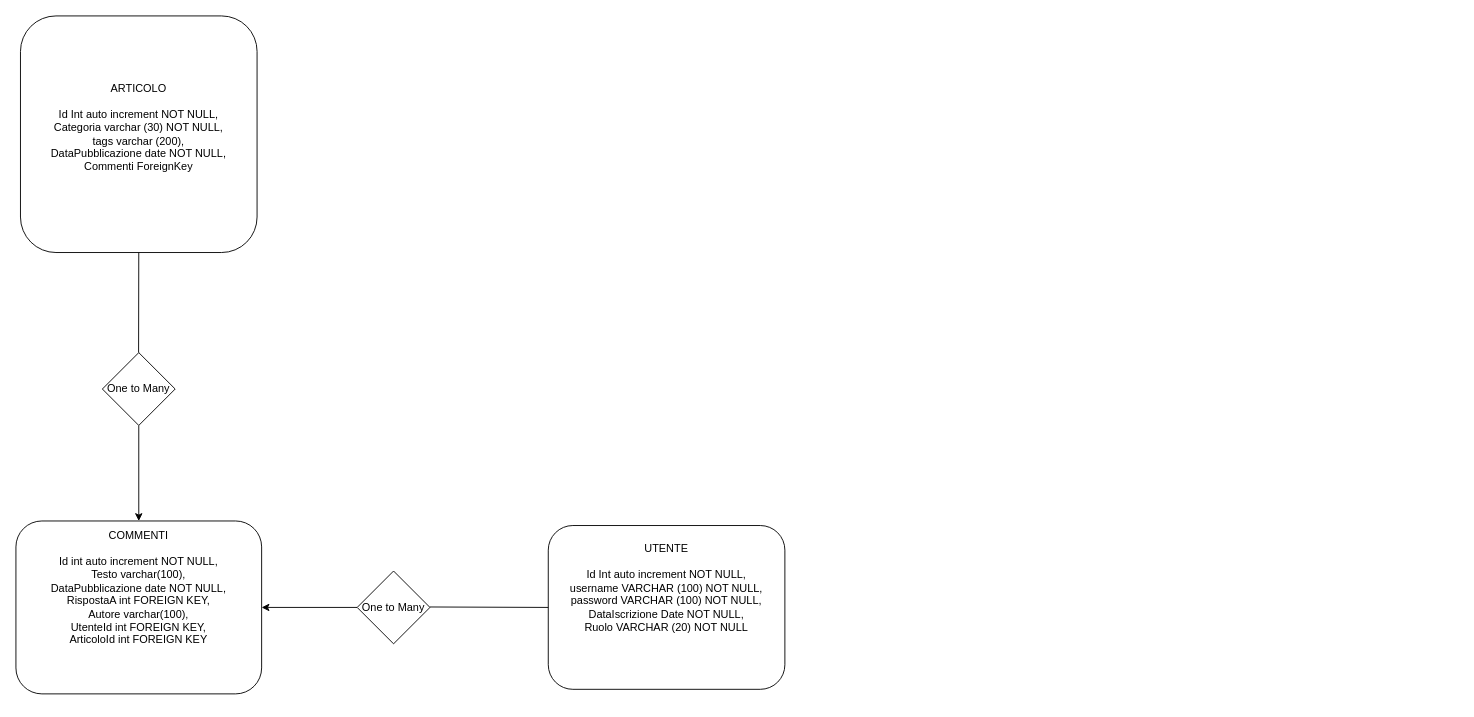
Above: BlazorBlog/diagram.drawio in rcasaleiem/BlazorBlog (draw.io), before the change. Source tidied: cells renumbered, new cells numbered last; positions are measured from the earlier drawing's top-left corner, leaving out a move shared by most shapes. Both pictures are drawn from the tidied source at 91%, with x=0, y=0 at pixel (15, 15).
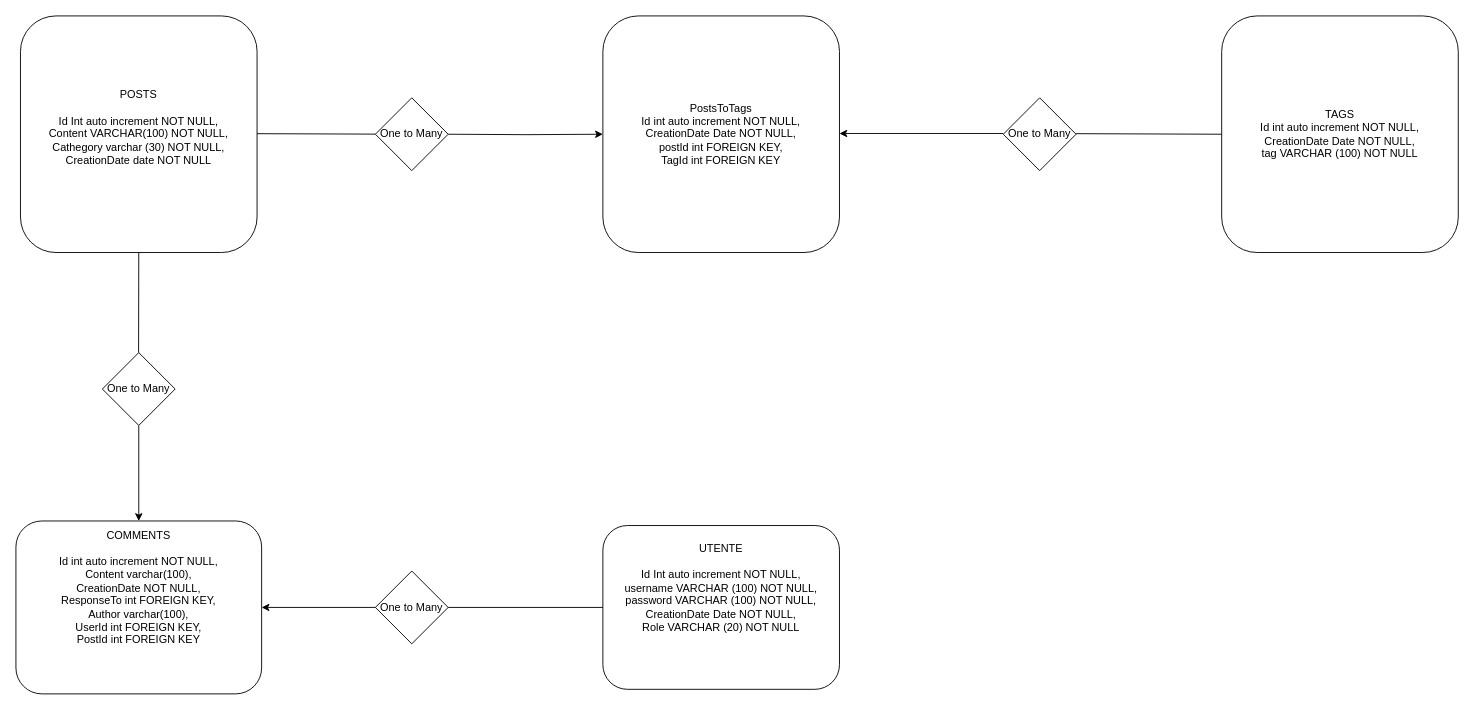
The same page after the edit.

Change to the diagram source:
```diff
@@
-    <mxCell id="2" value="ARTICOLO&lt;div&gt;&lt;br&gt;&lt;/div&gt;&lt;div&gt;Id Int auto increment NOT NULL,&lt;/div&gt;&lt;div&gt;Categoria varchar (30) NOT NULL,&lt;/div&gt;&lt;div&gt;tags varchar (200),&lt;/div&gt;&lt;div&gt;DataPubblicazione date NOT NULL,&lt;/div&gt;&lt;div&gt;Commenti ForeignKey&lt;/div&gt;&lt;div&gt;&lt;br&gt;&lt;/div&gt;" style="rounded=1;whiteSpace=wrap;html=1;" parent="1" vertex="1">
+    <mxCell id="2" value="POSTS&lt;div&gt;&lt;br&gt;&lt;/div&gt;&lt;div&gt;Id Int auto increment NOT NULL,&lt;/div&gt;&lt;div&gt;Content VARCHAR(100) NOT NULL,&lt;/div&gt;&lt;div&gt;Cathegory varchar (30) NOT NULL,&lt;/div&gt;&lt;div&gt;&lt;span style=&quot;background-color: transparent; color: light-dark(rgb(0, 0, 0), rgb(255, 255, 255));&quot;&gt;CreationDate&amp;nbsp;&lt;/span&gt;date NOT NULL&lt;/div&gt;&lt;div&gt;&lt;br&gt;&lt;/div&gt;" style="rounded=1;whiteSpace=wrap;html=1;" parent="1" vertex="1">
       <mxGeometry x="5" width="260" height="260" as="geometry" />
     </mxCell>
@@
-    <mxCell id="5" value="&lt;div&gt;&lt;br&gt;&lt;/div&gt;COMMENTI&lt;div&gt;&lt;br&gt;&lt;/div&gt;&lt;div&gt;Id int auto increment NOT NULL,&lt;/div&gt;&lt;div&gt;Testo varchar(100),&lt;/div&gt;&lt;div&gt;DataPubblicazione date NOT NULL,&lt;/div&gt;&lt;div&gt;RispostaA int FOREIGN KEY,&lt;/div&gt;&lt;div&gt;Autore varchar(100),&lt;/div&gt;&lt;div&gt;UtenteId int FOREIGN KEY,&lt;/div&gt;&lt;div&gt;ArticoloId int FOREIGN KEY&lt;/div&gt;&lt;div&gt;&lt;br&gt;&lt;/div&gt;&lt;div&gt;&lt;br&gt;&lt;/div&gt;&lt;div&gt;&lt;br&gt;&lt;/div&gt;&lt;div&gt;&amp;nbsp;&lt;/div&gt;" style="rounded=1;whiteSpace=wrap;html=1;" parent="1" vertex="1">
+    <mxCell id="5" value="&lt;div&gt;&lt;br&gt;&lt;/div&gt;COMMENTS&lt;div&gt;&lt;br&gt;&lt;/div&gt;&lt;div&gt;Id int auto increment NOT NULL,&lt;/div&gt;&lt;div&gt;Content varchar(100),&lt;/div&gt;&lt;div&gt;&lt;span style=&quot;background-color: transparent; color: light-dark(rgb(0, 0, 0), rgb(255, 255, 255));&quot;&gt;CreationDate&amp;nbsp;&lt;/span&gt;NOT NULL,&lt;/div&gt;&lt;div&gt;ResponseTo int FOREIGN KEY,&lt;/div&gt;&lt;div&gt;Author varchar(100),&lt;/div&gt;&lt;div&gt;UserId int FOREIGN KEY,&lt;/div&gt;&lt;div&gt;PostId int FOREIGN KEY&lt;/div&gt;&lt;div&gt;&lt;br&gt;&lt;/div&gt;&lt;div&gt;&lt;br&gt;&lt;/div&gt;&lt;div&gt;&lt;br&gt;&lt;/div&gt;&lt;div&gt;&amp;nbsp;&lt;/div&gt;" style="rounded=1;whiteSpace=wrap;html=1;" parent="1" vertex="1">
       <mxGeometry y="555" width="270" height="190" as="geometry" />
     </mxCell>
@@
-    <mxCell id="7" value="One to Many" style="rhombus;whiteSpace=wrap;html=1;shapeInside=1;" parent="1" vertex="1">
-      <mxGeometry x="375" y="610" width="80" height="80" as="geometry" />
-    </mxCell>
-    <mxCell id="8" value="UTENTE&lt;div&gt;&lt;br&gt;&lt;/div&gt;&lt;div&gt;Id Int auto increment NOT NULL,&lt;/div&gt;&lt;div&gt;username VARCHAR (100) NOT NULL,&lt;/div&gt;&lt;div&gt;password VARCHAR (100) NOT NULL,&lt;/div&gt;&lt;div&gt;DataIscrizione Date NOT NULL,&lt;/div&gt;&lt;div&gt;Ruolo VARCHAR (20) NOT NULL&lt;/div&gt;&lt;div&gt;&lt;br&gt;&lt;/div&gt;&lt;div&gt;&lt;br&gt;&lt;div&gt;&lt;br&gt;&lt;/div&gt;&lt;/div&gt;" style="rounded=1;whiteSpace=wrap;html=1;" parent="1" vertex="1">
-      <mxGeometry x="585" y="560" width="260" height="180" as="geometry" />
+    <mxCell id="8" value="UTENTE&lt;div&gt;&lt;br&gt;&lt;/div&gt;&lt;div&gt;Id Int auto increment NOT NULL,&lt;/div&gt;&lt;div&gt;username VARCHAR (100) NOT NULL,&lt;/div&gt;&lt;div&gt;password VARCHAR (100) NOT NULL,&lt;/div&gt;&lt;div&gt;CreationDate Date NOT NULL,&lt;/div&gt;&lt;div&gt;Role VARCHAR (20) NOT NULL&lt;/div&gt;&lt;div&gt;&lt;br&gt;&lt;/div&gt;&lt;div&gt;&lt;br&gt;&lt;div&gt;&lt;br&gt;&lt;/div&gt;&lt;/div&gt;" style="rounded=1;whiteSpace=wrap;html=1;" parent="1" vertex="1">
+      <mxGeometry x="645" y="560" width="260" height="180" as="geometry" />
     </mxCell>
@@
-    <mxCell id="10" style="endArrow=none;html=1;rounded=0;entryX=0;entryY=0.5;entryDx=0;entryDy=0;" parent="1" edge="1" target="8">
-      <mxGeometry relative="1" as="geometry">
-        <mxPoint x="455" y="649.5" as="sourcePoint" />
-      </mxGeometry>
+    <mxCell id="10" style="endArrow=none;html=1;rounded=0;entryX=0;entryY=0.5;entryDx=0;entryDy=0;" parent="1" edge="1" source="7" target="8">
+      <mxGeometry relative="1" as="geometry" />
     </mxCell>
@@
+    <mxCell id="12" value="PostsToTags&lt;div&gt;Id int auto increment NOT NULL,&lt;/div&gt;&lt;div&gt;CreationDate Date NOT NULL,&lt;/div&gt;&lt;div&gt;postId int FOREIGN KEY,&lt;/div&gt;&lt;div&gt;TagId int FOREIGN KEY&lt;/div&gt;" style="rounded=1;whiteSpace=wrap;html=1;" parent="1" vertex="1">
+      <mxGeometry x="645" width="260" height="260" as="geometry" />
+    </mxCell>
+    <mxCell id="13" style="endArrow=none;html=1;rounded=0;" parent="1" edge="1">
+      <mxGeometry relative="1" as="geometry">
+        <mxPoint x="265" y="129.4" as="sourcePoint" />
+        <mxPoint x="395.1" y="129.9" as="targetPoint" />
+      </mxGeometry>
+    </mxCell>
+    <mxCell id="14" style="edgeStyle=orthogonalEdgeStyle;rounded=0;jettySize=auto;html=1;entryX=0;entryY=0.5;entryDx=0;entryDy=0;" parent="1" edge="1" target="12">
+      <mxGeometry relative="1" as="geometry">
+        <mxPoint x="475" y="130" as="sourcePoint" />
+      </mxGeometry>
+    </mxCell>
+    <mxCell id="15" value="One to Many" style="rhombus;whiteSpace=wrap;html=1;shapeInside=1;" parent="1" vertex="1">
+      <mxGeometry x="395" y="90" width="80" height="80" as="geometry" />
+    </mxCell>
+    <mxCell id="16" style="edgeStyle=orthogonalEdgeStyle;rounded=0;orthogonalLoop=1;jettySize=auto;html=1;entryX=1;entryY=0.5;entryDx=0;entryDy=0;" parent="1" edge="1">
+      <mxGeometry relative="1" as="geometry">
+        <mxPoint x="1085" y="129.2" as="sourcePoint" />
+        <mxPoint x="905" y="129.2" as="targetPoint" />
+      </mxGeometry>
+    </mxCell>
+    <mxCell id="17" value="One to Many" style="rhombus;whiteSpace=wrap;html=1;shapeInside=1;" parent="1" vertex="1">
+      <mxGeometry x="1085" y="90" width="80" height="80" as="geometry" />
+    </mxCell>
+    <mxCell id="18" value="TAGS&lt;div&gt;Id int auto increment NOT NULL,&lt;/div&gt;&lt;div&gt;CreationDate Date NOT NULL,&lt;/div&gt;&lt;div&gt;tag VARCHAR (100) NOT NULL&lt;/div&gt;" style="rounded=1;whiteSpace=wrap;html=1;" parent="1" vertex="1">
+      <mxGeometry x="1325" width="260" height="260" as="geometry" />
+    </mxCell>
+    <mxCell id="19" style="endArrow=none;html=1;rounded=0;entryX=0;entryY=0.5;entryDx=0;entryDy=0;" parent="1" edge="1" target="18">
+      <mxGeometry relative="1" as="geometry">
+        <mxPoint x="1165" y="129.4" as="sourcePoint" />
+      </mxGeometry>
+    </mxCell>
+    <mxCell id="20" style="endArrow=none;html=1;rounded=0;entryX=0;entryY=0.5;entryDx=0;entryDy=0;" parent="1" edge="1" target="7">
+      <mxGeometry relative="1" as="geometry">
+        <mxPoint x="455" y="649.5" as="sourcePoint" />
+      </mxGeometry>
+    </mxCell>
+    <mxCell id="7" value="One to Many" style="rhombus;whiteSpace=wrap;html=1;shapeInside=1;" parent="1" vertex="1">
+      <mxGeometry x="395" y="610" width="80" height="80" as="geometry" />
+    </mxCell>
```
